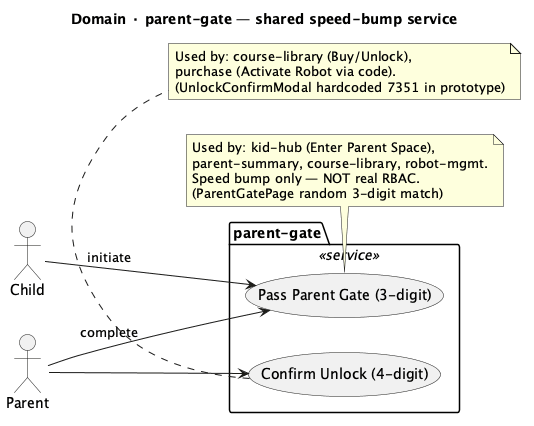
This is migrate-ui-ux-to-mobile-app-docs/architecture/usecases/TBOT-ParentGate.png from JSR-Algo/TJBOT-Mobile, a PlantUML export, as it was before one commit.
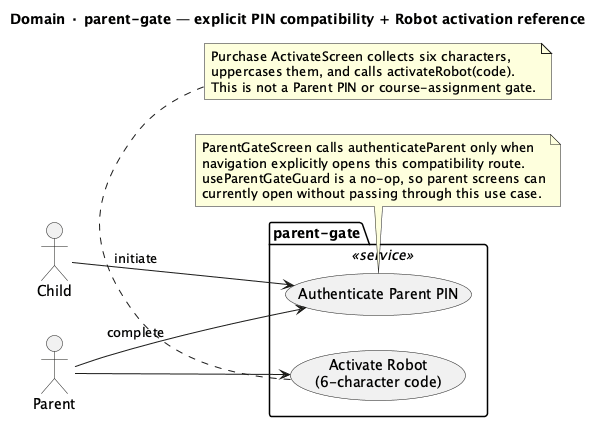
Above is the later version.

Change to the diagram source:
```diff
@@ -1,13 +1,13 @@
 @startuml TBOT-ParentGate
-title Domain · parent-gate — shared speed-bump service
+title Domain · parent-gate — explicit PIN compatibility + Robot activation reference
 left to right direction
 
 actor Child
 actor Parent
 
 package "parent-gate" <<service>> {
-  usecase "Pass Parent Gate (3-digit)"  as UC_PG_PASS
-  usecase "Confirm Unlock (4-digit)"    as UC_PG_UNLOCK
+  usecase "Authenticate Parent PIN" as UC_PG_PASS
+  usecase "Activate Robot\n(6-character code)" as UC_PG_UNLOCK
 }
 
 Child  --> UC_PG_PASS    : initiate
@@ -15,16 +15,16 @@
 Parent --> UC_PG_UNLOCK
 
 note bottom of UC_PG_PASS
-  Used by: kid-hub (Enter Parent Space),
-  parent-summary, course-library, robot-mgmt.
-  Speed bump only — NOT real RBAC.
-  (ParentGatePage random 3-digit match)
+  ParentGateScreen calls authenticateParent only when
+  navigation explicitly opens this compatibility route.
+  useParentGateGuard is a no-op, so parent screens can
+  currently open without passing through this use case.
 end note
 
 note bottom of UC_PG_UNLOCK
-  Used by: course-library (Buy/Unlock),
-  purchase (Activate Robot via code).
-  (UnlockConfirmModal hardcoded 7351 in prototype)
+  Purchase ActivateScreen collects six characters,
+  uppercases them, and calls activateRobot(code).
+  This is not a Parent PIN or course-assignment gate.
 end note
 
 @enduml
```
